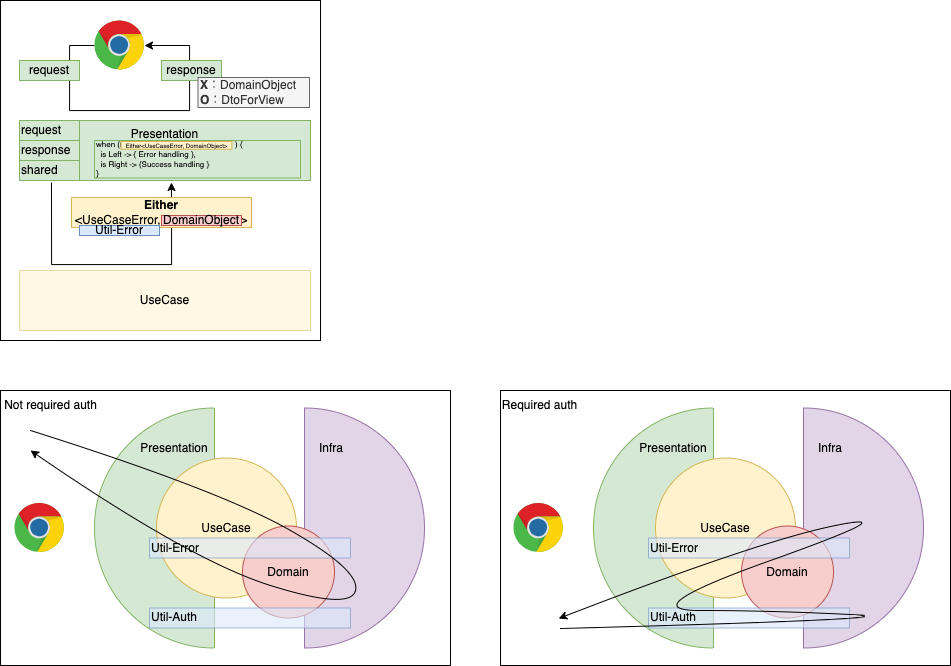
Above: docs/presentation.drawio.png in sunabak0/realworld-kotlin-springboot-jdbc (draw.io), before the change. Source tidied: cells renumbered, new cells last; positions are measured from the earlier drawing's top-left corner, leaving out a move shared by most shapes.
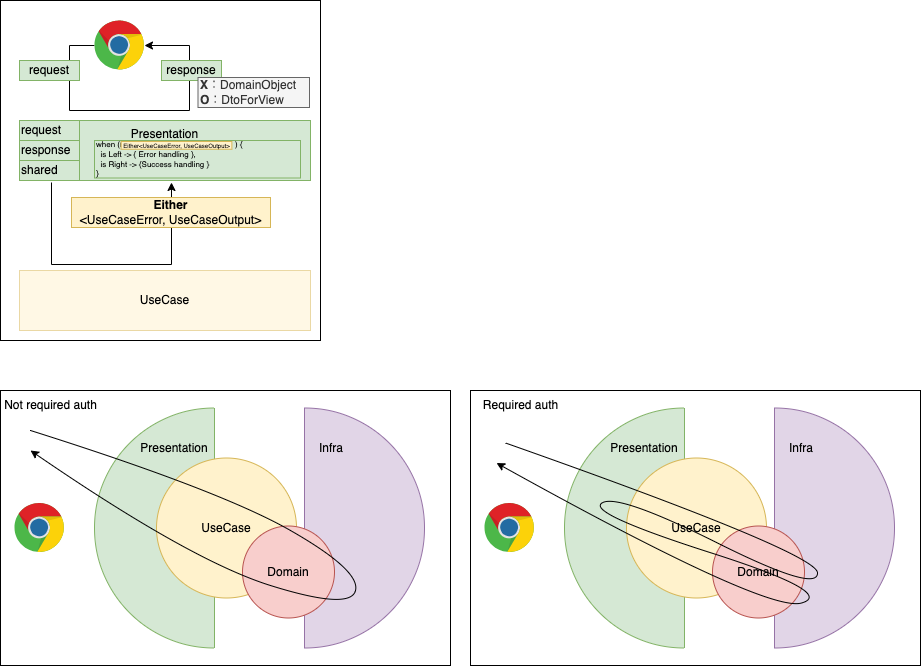
The same diagram one commit later.

Commit message:
画像類を更新

The edit, as a diff of the source:
```diff
@@ -37,8 +37,8 @@
         </Array>
       </mxGeometry>
     </mxCell>
-    <mxCell id="11" value="&lt;b&gt;Either&lt;br&gt;&lt;/b&gt;&amp;lt;UseCaseError, DomainObject&amp;gt;" style="rounded=0;whiteSpace=wrap;html=1;fillColor=#fff2cc;strokeColor=#d6b656;fontColor=#000000;" parent="1" vertex="1">
-      <mxGeometry x="71" y="197" width="180" height="30" as="geometry" />
+    <mxCell id="11" value="&lt;b&gt;Either&lt;br&gt;&lt;/b&gt;&amp;lt;UseCaseError, UseCaseOutput&amp;gt;" style="rounded=0;whiteSpace=wrap;html=1;fillColor=#fff2cc;strokeColor=#d6b656;fontColor=#000000;" parent="1" vertex="1">
+      <mxGeometry x="71" y="197" width="199" height="30" as="geometry" />
     </mxCell>
     <mxCell id="12" value="request" style="rounded=0;whiteSpace=wrap;html=1;fillColor=#d5e8d4;strokeColor=#82b366;fontColor=#000000;align=left;" parent="1" vertex="1">
       <mxGeometry x="19" y="120" width="60" height="20" as="geometry" />
@@ -46,18 +46,12 @@
     <mxCell id="13" value="shared" style="rounded=0;whiteSpace=wrap;html=1;fillColor=#d5e8d4;strokeColor=#82b366;fontColor=#000000;align=left;" parent="1" vertex="1">
       <mxGeometry x="19" y="160" width="60" height="20" as="geometry" />
     </mxCell>
-    <mxCell id="14" value="Util-Error" style="rounded=0;whiteSpace=wrap;html=1;fillColor=#dae8fc;strokeColor=#6c8ebf;fontColor=#000000;" parent="1" vertex="1">
-      <mxGeometry x="79" y="225" width="80" height="10" as="geometry" />
-    </mxCell>
     <mxCell id="15" value="Presentation" style="text;html=1;strokeColor=none;fillColor=none;align=center;verticalAlign=middle;whiteSpace=wrap;rounded=0;fontColor=#000000;" parent="1" vertex="1">
       <mxGeometry x="139" y="432.5" width="70" height="30" as="geometry" />
     </mxCell>
     <mxCell id="16" value="Infra" style="text;html=1;strokeColor=none;fillColor=none;align=center;verticalAlign=middle;whiteSpace=wrap;rounded=0;fontColor=#000000;" parent="1" vertex="1">
       <mxGeometry x="296" y="432.5" width="70" height="30" as="geometry" />
     </mxCell>
-    <mxCell id="17" value="DomainObject" style="rounded=0;whiteSpace=wrap;html=1;fillColor=#f8cecc;strokeColor=#b85450;fontColor=#000000;" parent="1" vertex="1">
-      <mxGeometry x="161" y="215" width="80" height="10" as="geometry" />
-    </mxCell>
     <mxCell id="18" style="edgeStyle=orthogonalEdgeStyle;rounded=0;orthogonalLoop=1;jettySize=auto;html=1;fontColor=#000000;" parent="1" edge="1" source="19" target="19">
       <mxGeometry relative="1" as="geometry">
         <Array as="points">
@@ -83,19 +77,13 @@
     <mxCell id="23" style="dashed=0;html=1;align=center;labelPosition=center;verticalLabelPosition=bottom;verticalAlign=top;shape=mxgraph.weblogos.chrome;fontColor=#000000;" parent="1" vertex="1">
       <mxGeometry x="14" y="502.5" width="50" height="50" as="geometry" />
     </mxCell>
-    <mxCell id="24" value="Util-Auth" style="rounded=0;whiteSpace=wrap;html=1;fillColor=#dae8fc;strokeColor=#6c8ebf;align=left;opacity=60;fontColor=#000000;" parent="1" vertex="1">
-      <mxGeometry x="149" y="607.5" width="201" height="20" as="geometry" />
-    </mxCell>
-    <mxCell id="25" value="Util-Error" style="rounded=0;whiteSpace=wrap;html=1;fillColor=#dae8fc;strokeColor=#6c8ebf;align=left;opacity=60;fontColor=#000000;" parent="1" vertex="1">
-      <mxGeometry x="149" y="537.5" width="201" height="20" as="geometry" />
-    </mxCell>
     <mxCell id="26" value="&lt;b&gt;X&lt;/b&gt;：DomainObject&lt;br&gt;&lt;b&gt;O&lt;/b&gt;：DtoForView" style="rounded=0;whiteSpace=wrap;html=1;fillColor=#f5f5f5;strokeColor=#666666;fontColor=#333333;align=left;" parent="1" vertex="1">
       <mxGeometry x="197.5" y="77" width="111.5" height="30" as="geometry" />
     </mxCell>
     <mxCell id="27" value="when (&lt;span style=&quot;font-size: 6px ; text-align: center&quot;&gt;Either&amp;lt;UseCaseError, DomainObject&amp;gt;&amp;nbsp; &amp;nbsp; &amp;nbsp; &amp;nbsp;&amp;nbsp;&lt;/span&gt;) {&lt;br style=&quot;font-size: 8px&quot;&gt;&amp;nbsp; is Left -&amp;gt; { Error handling },&lt;br style=&quot;font-size: 8px&quot;&gt;&amp;nbsp; is Right -&amp;gt; {Success handling }&lt;br style=&quot;font-size: 8px&quot;&gt;}" style="rounded=0;whiteSpace=wrap;html=1;fillColor=#d5e8d4;strokeColor=#82b366;align=left;fontSize=8;" parent="1" vertex="1">
       <mxGeometry x="94" y="140" width="206" height="37.5" as="geometry" />
     </mxCell>
-    <mxCell id="28" value="Either&amp;lt;UseCaseError, DomainObject&amp;gt;" style="rounded=0;whiteSpace=wrap;html=1;fillColor=#fff2cc;strokeColor=#d6b656;fontColor=#000000;fontSize=6;" parent="1" vertex="1">
+    <mxCell id="28" value="Either&amp;lt;UseCaseError, UseCaseOutput&amp;gt;" style="rounded=0;whiteSpace=wrap;html=1;fillColor=#fff2cc;strokeColor=#d6b656;fontColor=#000000;fontSize=6;" parent="1" vertex="1">
       <mxGeometry x="120.6" y="141" width="110.8" height="7.8" as="geometry" />
     </mxCell>
     <mxCell id="29" value="Not required auth" style="text;html=1;strokeColor=none;fillColor=none;align=center;verticalAlign=middle;whiteSpace=wrap;rounded=0;fontColor=#000000;" parent="1" vertex="1">
@@ -113,51 +101,46 @@
         </Array>
       </mxGeometry>
     </mxCell>
-    <mxCell id="31" style="rounded=0;whiteSpace=wrap;html=1;" parent="1" vertex="1">
-      <mxGeometry x="500" y="390" width="450" height="275" as="geometry" />
-    </mxCell>
-    <mxCell id="32" style="verticalLabelPosition=bottom;verticalAlign=top;html=1;shape=mxgraph.basic.half_circle;direction=south;flipH=1;fillColor=#e1d5e7;strokeColor=#9673a6;fontColor=#000000;" parent="1" vertex="1">
-      <mxGeometry x="803" y="407.5" width="120" height="240" as="geometry" />
-    </mxCell>
-    <mxCell id="33" style="verticalLabelPosition=bottom;verticalAlign=top;html=1;shape=mxgraph.basic.half_circle;direction=south;fillColor=#d5e8d4;strokeColor=#82b366;fontColor=#000000;" parent="1" vertex="1">
-      <mxGeometry x="593" y="407.5" width="120" height="240" as="geometry" />
-    </mxCell>
+    <mxCell id="42" style="rounded=0;whiteSpace=wrap;html=1;" parent="1" vertex="1">
+      <mxGeometry x="470" y="390" width="450" height="275" as="geometry" />
+    </mxCell>
+    <mxCell id="43" style="verticalLabelPosition=bottom;verticalAlign=top;html=1;shape=mxgraph.basic.half_circle;direction=south;flipH=1;fillColor=#e1d5e7;strokeColor=#9673a6;fontColor=#000000;" parent="1" vertex="1">
+      <mxGeometry x="774" y="407.5" width="120" height="240" as="geometry" />
+    </mxCell>
+    <mxCell id="44" style="verticalLabelPosition=bottom;verticalAlign=top;html=1;shape=mxgraph.basic.half_circle;direction=south;fillColor=#d5e8d4;strokeColor=#82b366;fontColor=#000000;" parent="1" vertex="1">
+      <mxGeometry x="564" y="407.5" width="120" height="240" as="geometry" />
+    </mxCell>
     <mxCell id="34" value="UseCase" style="ellipse;whiteSpace=wrap;html=1;fillColor=#fff2cc;strokeColor=#d6b656;verticalAlign=middle;fontColor=#000000;" parent="1" vertex="1">
-      <mxGeometry x="655" y="457.5" width="140" height="140" as="geometry" />
+      <mxGeometry x="626" y="457.5" width="140" height="140" as="geometry" />
     </mxCell>
     <mxCell id="35" value="Presentation" style="text;html=1;strokeColor=none;fillColor=none;align=center;verticalAlign=middle;whiteSpace=wrap;rounded=0;fontColor=#000000;" parent="1" vertex="1">
-      <mxGeometry x="638" y="432.5" width="70" height="30" as="geometry" />
+      <mxGeometry x="609" y="432.5" width="70" height="30" as="geometry" />
     </mxCell>
     <mxCell id="36" value="Infra" style="text;html=1;strokeColor=none;fillColor=none;align=center;verticalAlign=middle;whiteSpace=wrap;rounded=0;fontColor=#000000;" parent="1" vertex="1">
-      <mxGeometry x="795" y="432.5" width="70" height="30" as="geometry" />
+      <mxGeometry x="766" y="432.5" width="70" height="30" as="geometry" />
     </mxCell>
     <mxCell id="37" value="Domain" style="ellipse;whiteSpace=wrap;html=1;fillColor=#f8cecc;strokeColor=#b85450;fontColor=#000000;" parent="1" vertex="1">
-      <mxGeometry x="741" y="525.5" width="92" height="92" as="geometry" />
+      <mxGeometry x="712" y="525.5" width="92" height="92" as="geometry" />
     </mxCell>
-    <mxCell id="38" style="dashed=0;html=1;align=center;labelPosition=center;verticalLabelPosition=bottom;verticalAlign=top;shape=mxgraph.weblogos.chrome;fontColor=#000000;" parent="1" vertex="1">
-      <mxGeometry x="513" y="502.5" width="50" height="50" as="geometry" />
-    </mxCell>
-    <mxCell id="39" value="Util-Auth" style="rounded=0;whiteSpace=wrap;html=1;fillColor=#dae8fc;strokeColor=#6c8ebf;align=left;opacity=60;fontColor=#000000;" parent="1" vertex="1">
-      <mxGeometry x="648" y="607.5" width="201" height="20" as="geometry" />
-    </mxCell>
-    <mxCell id="40" value="Util-Error" style="rounded=0;whiteSpace=wrap;html=1;fillColor=#dae8fc;strokeColor=#6c8ebf;align=left;opacity=60;fontColor=#000000;" parent="1" vertex="1">
-      <mxGeometry x="648" y="537.5" width="201" height="20" as="geometry" />
-    </mxCell>
+    <mxCell id="45" style="dashed=0;html=1;align=center;labelPosition=center;verticalLabelPosition=bottom;verticalAlign=top;shape=mxgraph.weblogos.chrome;fontColor=#000000;" parent="1" vertex="1">
+      <mxGeometry x="484" y="502.5" width="50" height="50" as="geometry" />
+    </mxCell>
     <mxCell id="41" value="Required auth" style="text;html=1;strokeColor=none;fillColor=none;align=center;verticalAlign=middle;whiteSpace=wrap;rounded=0;fontColor=#000000;" parent="1" vertex="1">
-      <mxGeometry x="500" y="390" width="79" height="30" as="geometry" />
+      <mxGeometry x="471" y="390" width="99" height="30" as="geometry" />
     </mxCell>
-    <mxCell id="42" style="curved=1;endArrow=classic;html=1;fontSize=6;" parent="1" edge="1">
-      <mxGeometry relative="1" as="geometry">
-        <mxPoint x="560" y="628" as="sourcePoint" />
-        <mxPoint x="558.2" y="618" as="targetPoint" />
-        <Array as="points">
-          <mxPoint x="930" y="618" />
-          <mxPoint x="769" y="610" />
-          <mxPoint x="630" y="610" />
-          <mxPoint x="910" y="510" />
-          <mxPoint x="760" y="540" />
-        </Array>
-      </mxGeometry>
-    </mxCell>
+    <mxCell id="46" style="curved=1;endArrow=classic;html=1;fontSize=6;" parent="1" edge="1">
+      <mxGeometry relative="1" as="geometry">
+        <mxPoint x="505" y="442.5" as="sourcePoint" />
+        <mxPoint x="496" y="462.5" as="targetPoint" />
+        <Array as="points">
+          <mxPoint x="817" y="552.5" />
+          <mxPoint x="817" y="592.5" />
+          <mxPoint x="617" y="492.5" />
+          <mxPoint x="586" y="512.5" />
+          <mxPoint x="836" y="592.5" />
+          <mxPoint x="766" y="612.5" />
+        </Array>
+      </mxGeometry>
+    </mxCell>
   </root>
 </mxGraphModel>
```
